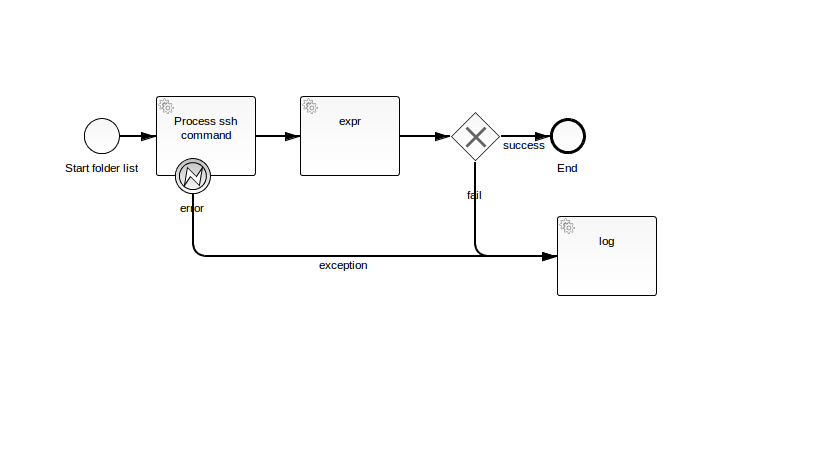
sumanta23/misc keeps this BPMN diagram as src/main/resources/SshModeler.png. Above is the earlier version. Its source is kept beside it as src/main/resources/SshModeler.bpmn. Ids are renumbered.
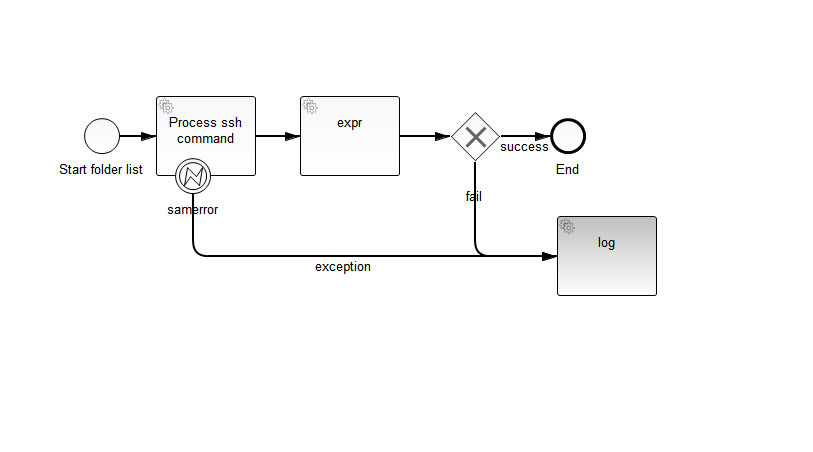
After the commit.

What changed in the source:
```diff
@@ -22,7 +22,7 @@
     <bpmn2:sequenceFlow id="SequenceFlow_5" name="fail&#xA;" sourceRef="ExclusiveGateway_1" targetRef="ServiceTask_3">
       <bpmn2:conditionExpression xsi:type="bpmn2:tFormalExpression">${chk !=  true}</bpmn2:conditionExpression>
     </bpmn2:sequenceFlow>
-    <bpmn2:serviceTask id="ServiceTask_3" camunda:expression="${sshBean.getsysout(execution)}" name="log">
+    <bpmn2:serviceTask id="ServiceTask_3" camunda:delegateExpression="${sshBean.getLogger(execution)}" name="log">
       <bpmn2:incoming>SequenceFlow_5</bpmn2:incoming>
       <bpmn2:incoming>SequenceFlow_20</bpmn2:incoming>
     </bpmn2:serviceTask>
```
